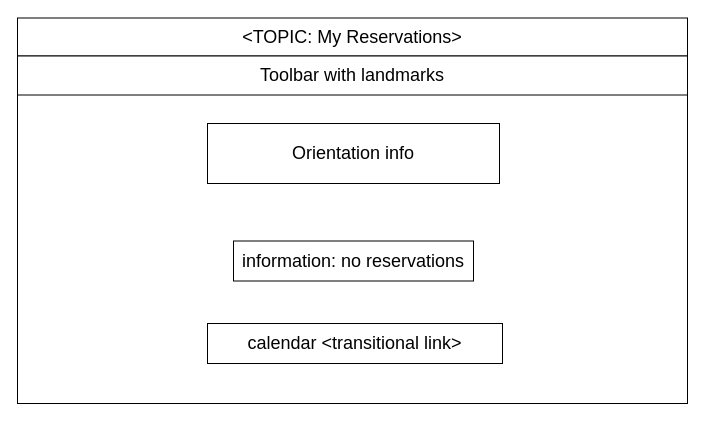
This is other/documentation/frontend/DRAW IO desing/myReservations empty.drawio from LeonardoPanizzo/hypermedia2019, a draw.io file, before an edit. Source tidied: cells renumbered, new cells numbered last; positions are measured from the earlier drawing's top-left corner, leaving out a move shared by most shapes. Both pictures are drawn from the tidied source at 100%, with x=0, y=0 at pixel (17, 17).
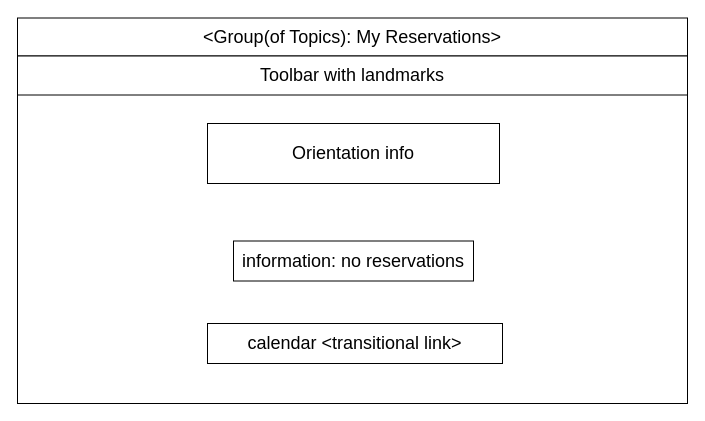
The same page after the edit.

The edit, as a diff of the source:
```diff
@@
 <mxGraphModel>
   <root>
     <mxCell id="0" />
     <mxCell id="1" parent="0" />
     <mxCell id="2" style="rounded=0;whiteSpace=wrap;html=1;" parent="1" vertex="1">
       <mxGeometry y="1" width="670" height="385" as="geometry" />
     </mxCell>
-    <mxCell id="3" value="&lt;div style=&quot;text-align: left ; font-size: 18px&quot;&gt;&lt;span&gt;&amp;lt;TOPIC: My Reservations&amp;gt;&lt;/span&gt;&lt;br&gt;&lt;/div&gt;" style="rounded=0;whiteSpace=wrap;html=1;fontSize=18;" parent="1" vertex="1">
+    <mxCell id="3" value="&lt;div style=&quot;text-align: left ; font-size: 18px&quot;&gt;&lt;/div&gt;&lt;span style=&quot;text-align: left&quot;&gt;&amp;lt;Group(of Topics)&lt;/span&gt;&lt;span style=&quot;text-align: left&quot;&gt;: My Reservations&amp;gt;&lt;/span&gt;&lt;span style=&quot;text-align: left&quot;&gt;&lt;br&gt;&lt;/span&gt;" style="rounded=0;whiteSpace=wrap;html=1;fontSize=18;" parent="1" vertex="1">
       <mxGeometry y="0.5" width="670" height="38" as="geometry" />
     </mxCell>
     <mxCell id="4" value="Toolbar with landmarks" style="rounded=0;whiteSpace=wrap;html=1;fontSize=18;" parent="1" vertex="1">
       <mxGeometry y="38.5" width="670" height="39" as="geometry" />
     </mxCell>
     <mxCell id="5" value="&lt;span style=&quot;font-size: 18px&quot;&gt;Orientation info&lt;/span&gt;" style="rounded=0;whiteSpace=wrap;html=1;" parent="1" vertex="1">
       <mxGeometry x="190" y="106" width="292" height="60" as="geometry" />
     </mxCell>
     <mxCell id="6" value="information: no reservations" style="rounded=0;whiteSpace=wrap;html=1;fontSize=18;" parent="1" vertex="1">
       <mxGeometry x="216" y="223.5" width="240" height="40" as="geometry" />
     </mxCell>
     <mxCell id="7" value="calendar &amp;lt;transitional link&amp;gt;" style="rounded=0;whiteSpace=wrap;html=1;fontSize=18;" parent="1" vertex="1">
       <mxGeometry x="190" y="306" width="295" height="40" as="geometry" />
     </mxCell>
   </root>
 </mxGraphModel>
```
